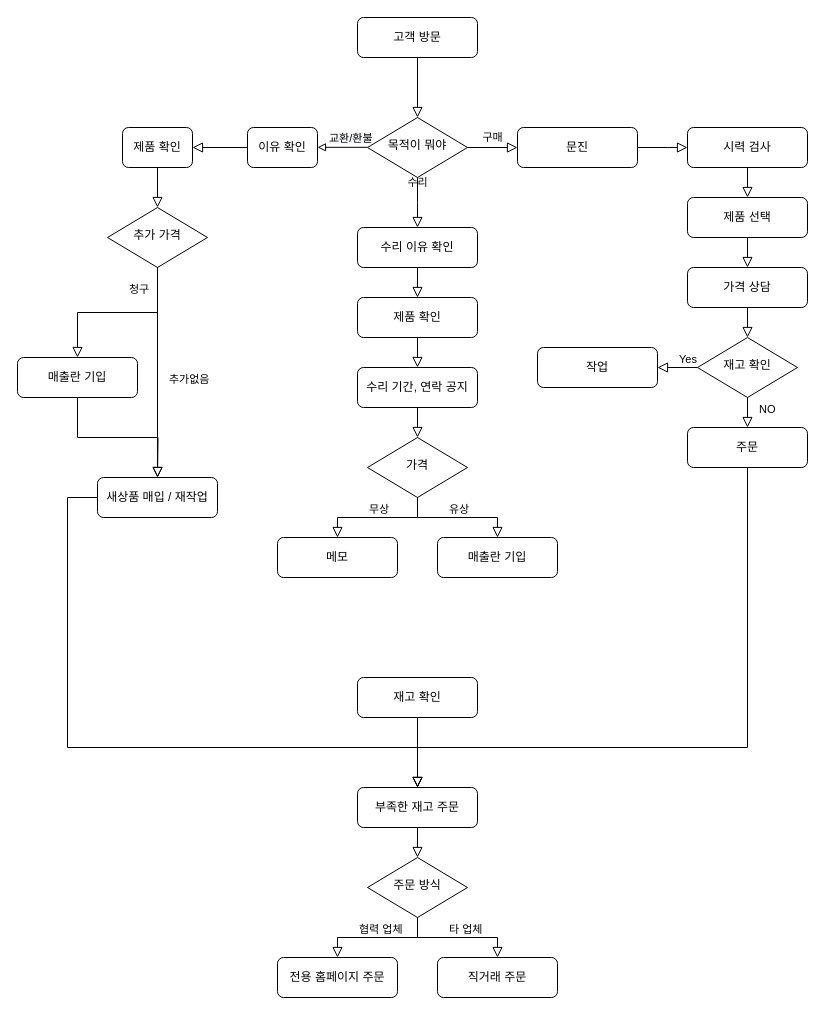
Above: Untitled Diagram.drawio in YejinHwang-D/Javascript (draw.io), before the change. Source tidied: cells renumbered, new cells numbered last; positions are measured from the earlier drawing's top-left corner, leaving out a move shared by most shapes. Both pictures are drawn from the tidied source at 100%, with x=0, y=0 at pixel (17, 17).
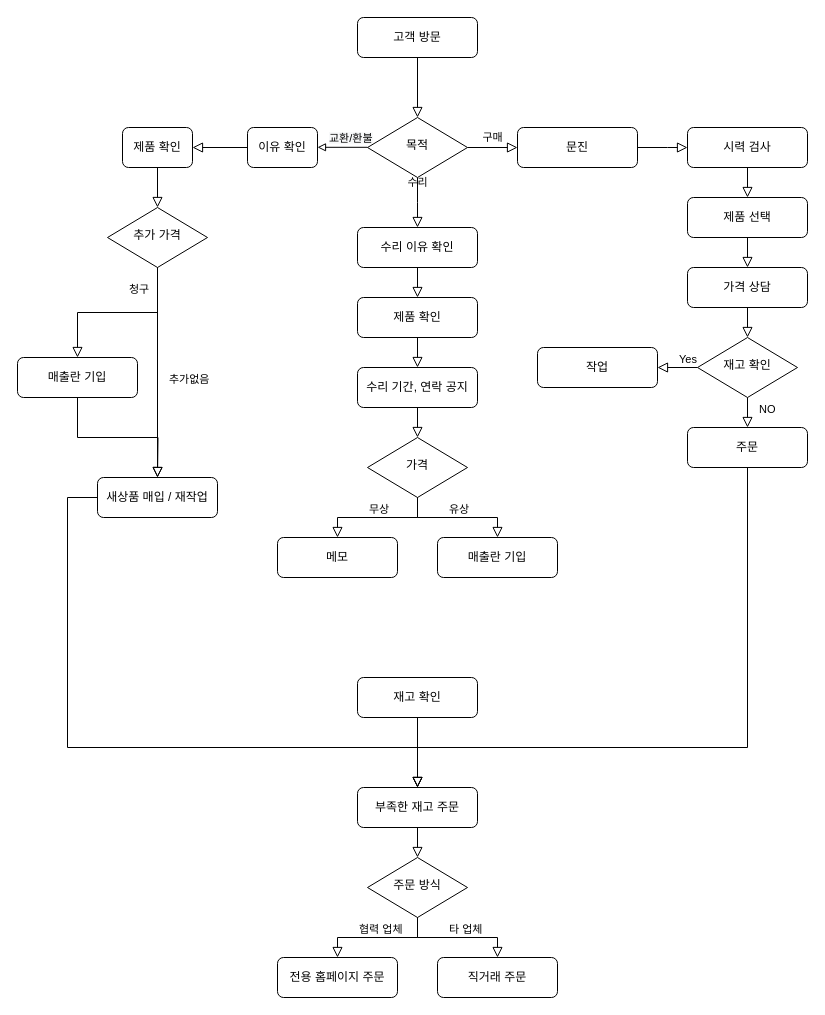
After the change.

Change to the diagram source:
```diff
@@
-    <mxCell id="6" value="목적이 뭐야" style="rhombus;whiteSpace=wrap;html=1;shadow=0;fontFamily=Helvetica;fontSize=12;align=center;strokeWidth=1;spacing=6;spacingTop=-4;" parent="1" vertex="1">
+    <mxCell id="6" value="목적" style="rhombus;whiteSpace=wrap;html=1;shadow=0;fontFamily=Helvetica;fontSize=12;align=center;strokeWidth=1;spacing=6;spacingTop=-4;" parent="1" vertex="1">
       <mxGeometry x="350" y="100" width="100" height="60" as="geometry" />
     </mxCell>
```
